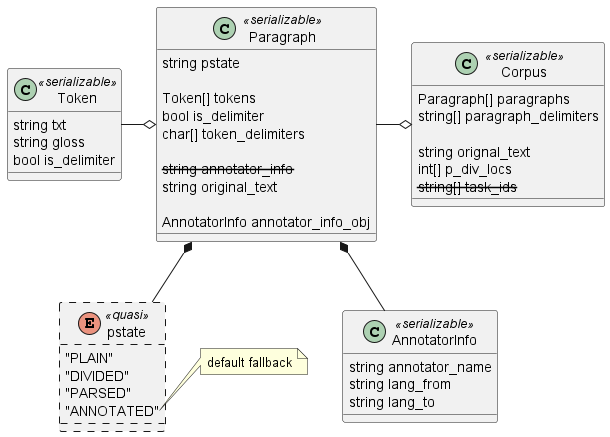
Before: docs/design/images/class_serializable.png, a diagram exported from PlantUML (parkchamchi/GlossySnake).
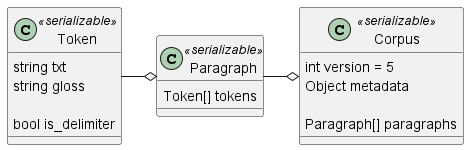
The same diagram one commit later.

Change to the diagram source:
```diff
@@ -3,49 +3,21 @@
 class Token <<serializable>> {
 	string txt
 	string gloss
+
 	bool is_delimiter
 }
 
 class Paragraph <<serializable>> {
-	string pstate
-
 	Token[] tokens
-	bool is_delimiter
-	char[] token_delimiters
-
-	<strike>string annotator_info</strike>
-	string original_text
-
-	AnnotatorInfo annotator_info_obj
 }
 Paragraph o-left- Token
 
 class Corpus <<serializable>> {
+	int version = 5
+	Object metadata
+
 	Paragraph[] paragraphs
-	string[] paragraph_delimiters
-
-	string orignal_text
-	int[] p_div_locs
-	<strike>string[] task_ids</strike>
 }
 Corpus o-left- Paragraph
 
-enum pstate <<quasi>> ##[dashed] {
-	"PLAIN"
-	"DIVIDED"
-	"PARSED"
-	"ANNOTATED"
-}
-Paragraph *-- pstate
-note right of pstate::"ANNOTATED"
-	default fallback
-end note
-
-class AnnotatorInfo <<serializable>> {
-	string annotator_name
-	string lang_from
-	string lang_to
-}
-Paragraph *-- AnnotatorInfo
-
 @enduml
```
